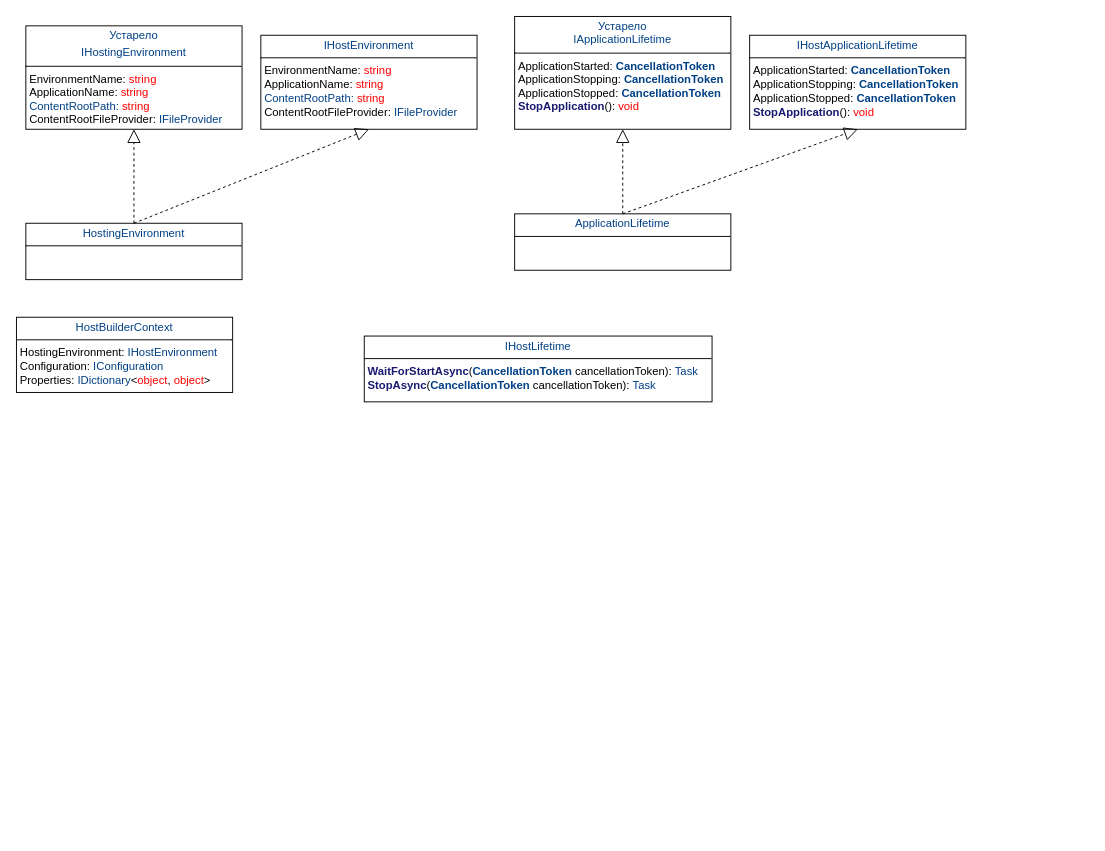
Above: Hosting/Hosting.drawio in KondyubaBA/AspNetCore-doc (draw.io), before the change. Source tidied: cells renumbered, new cells numbered last; positions are measured from the earlier drawing's top-left corner, leaving out a move shared by most shapes. Both pictures are drawn from the tidied source at 94%, with x=0, y=0 at pixel (16, 16).
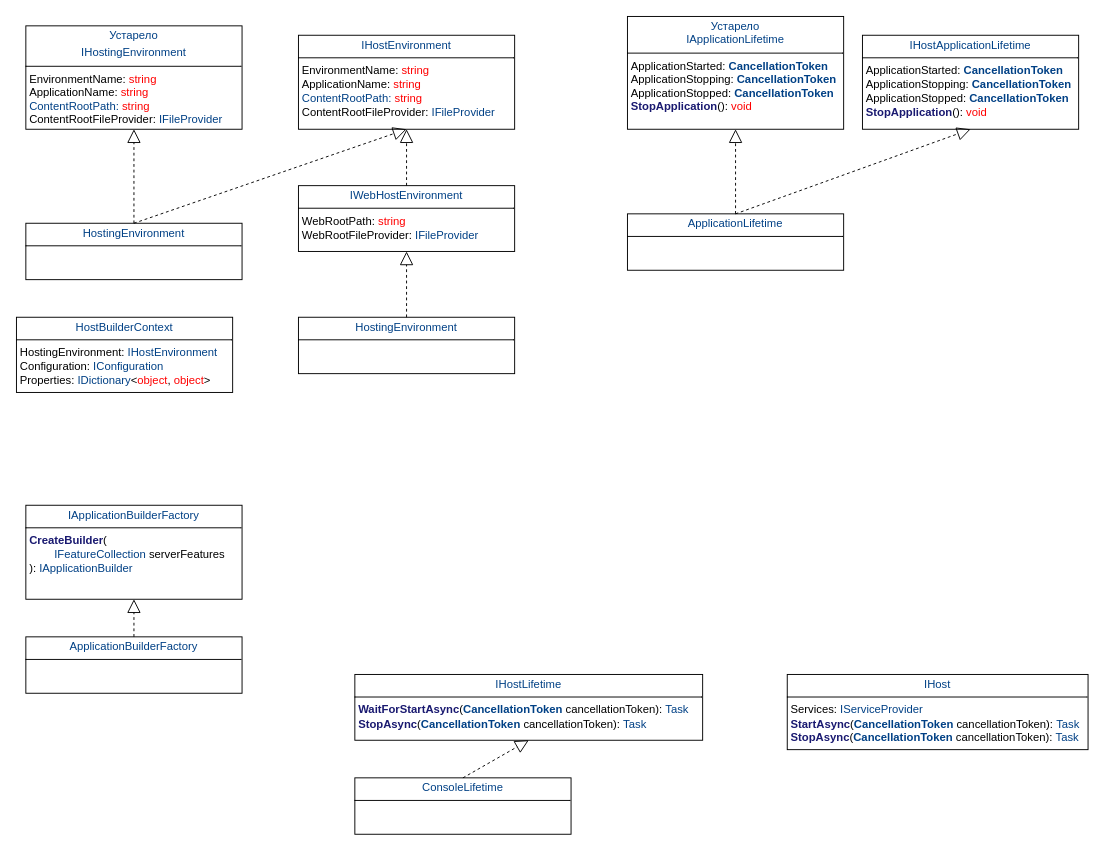
Above is the later version.

Diff of the diagram source:
```diff
@@
     <mxCell id="5" value="&lt;p style=&quot;margin:0px;margin-top:4px;text-align:center;&quot;&gt;&lt;span style=&quot;color: rgb(0, 64, 133); background-color: transparent; text-align: left;&quot;&gt;IHostEnvironment&lt;/span&gt;&lt;/p&gt;&lt;hr size=&quot;1&quot; style=&quot;border-style:solid;&quot;&gt;&lt;p style=&quot;margin:0px;margin-left:4px;&quot;&gt;&lt;span style=&quot;background-color: transparent; color: light-dark(rgb(0, 0, 0), rgb(255, 255, 255));&quot;&gt;EnvironmentName:&amp;nbsp;&lt;/span&gt;&lt;span style=&quot;color: rgb(255, 0, 0); background-color: transparent;&quot;&gt;string&lt;/span&gt;&lt;/p&gt;&lt;p style=&quot;margin:0px;margin-left:4px;&quot;&gt;ApplicationName:&amp;nbsp;&lt;span style=&quot;color: rgb(255, 0, 0); background-color: transparent;&quot;&gt;&lt;/span&gt;&lt;span style=&quot;color: rgb(255, 0, 0); background-color: transparent;&quot;&gt;string&lt;/span&gt;&lt;/p&gt;&lt;p style=&quot;margin:0px;margin-left:4px;&quot;&gt;&lt;span style=&quot;color: rgb(0, 64, 133); background-color: transparent;&quot;&gt;ContentRootPath:&amp;nbsp;&lt;/span&gt;&lt;span style=&quot;color: rgb(255, 0, 0); background-color: transparent;&quot;&gt;string&lt;/span&gt;&lt;/p&gt;&lt;p style=&quot;margin:0px;margin-left:4px;&quot;&gt;ContentRootFileProvider:&amp;nbsp;&lt;span style=&quot;color: rgb(255, 0, 0); background-color: transparent;&quot;&gt;&lt;/span&gt;&lt;span style=&quot;color: rgb(0, 64, 133); background-color: transparent;&quot;&gt;IFileProvider&lt;/span&gt;&lt;/p&gt;" style="verticalAlign=top;align=left;overflow=fill;html=1;whiteSpace=wrap;" parent="1" vertex="1">
-      <mxGeometry x="260" y="20" width="230" height="100" as="geometry" />
+      <mxGeometry x="300" y="20" width="230" height="100" as="geometry" />
     </mxCell>
@@
     <mxCell id="8" value="&lt;p style=&quot;margin:0px;margin-top:4px;text-align:center;&quot;&gt;&lt;span style=&quot;color: rgb(0, 64, 133); background-color: transparent; text-align: left;&quot;&gt;Устарело&lt;br&gt;IApplicationLifetime&lt;/span&gt;&lt;/p&gt;&lt;hr size=&quot;1&quot; style=&quot;border-style:solid;&quot;&gt;&lt;p style=&quot;margin:0px;margin-left:4px;&quot;&gt;ApplicationStarted:&amp;nbsp;&lt;span style=&quot;color: rgb(0, 64, 133); font-weight: bold; background-color: transparent;&quot;&gt;CancellationToken&lt;/span&gt;&lt;/p&gt;&lt;p style=&quot;margin:0px;margin-left:4px;&quot;&gt;ApplicationStopping:&amp;nbsp;&lt;span style=&quot;color: rgb(0, 64, 133); font-weight: bold; background-color: transparent;&quot;&gt;&lt;/span&gt;&lt;span style=&quot;color: rgb(0, 64, 133); font-weight: bold; background-color: transparent;&quot;&gt;CancellationToken&lt;/span&gt;&lt;/p&gt;&lt;p style=&quot;margin:0px;margin-left:4px;&quot;&gt;ApplicationStopped:&amp;nbsp;&lt;span style=&quot;color: rgb(0, 64, 133); font-weight: bold; background-color: transparent;&quot;&gt;&lt;/span&gt;&lt;span style=&quot;color: rgb(0, 64, 133); font-weight: bold; background-color: transparent;&quot;&gt;CancellationToken&lt;/span&gt;&lt;/p&gt;&lt;p style=&quot;margin:0px;margin-left:4px;&quot;&gt;&lt;span style=&quot;color: rgb(25, 25, 112); font-weight: bold;&quot;&gt;StopApplication&lt;/span&gt;():&amp;nbsp;&lt;span style=&quot;color: rgb(0, 64, 133); font-weight: bold; background-color: transparent;&quot;&gt;&lt;/span&gt;&lt;span style=&quot;color: rgb(255, 0, 0); background-color: transparent;&quot;&gt;void&lt;/span&gt;&lt;/p&gt;" style="verticalAlign=top;align=left;overflow=fill;html=1;whiteSpace=wrap;" parent="1" vertex="1">
-      <mxGeometry x="530" width="230" height="120" as="geometry" />
+      <mxGeometry x="650" width="230" height="120" as="geometry" />
     </mxCell>
     <mxCell id="9" value="&lt;p style=&quot;margin:0px;margin-top:4px;text-align:center;&quot;&gt;&lt;span style=&quot;color: rgb(0, 64, 133); background-color: transparent; text-align: left;&quot;&gt;IHostApplicationLifetime&lt;/span&gt;&lt;/p&gt;&lt;hr size=&quot;1&quot; style=&quot;border-style:solid;&quot;&gt;&lt;p style=&quot;margin:0px;margin-left:4px;&quot;&gt;ApplicationStarted:&amp;nbsp;&lt;span style=&quot;color: rgb(0, 64, 133); font-weight: bold; background-color: transparent;&quot;&gt;CancellationToken&lt;/span&gt;&lt;/p&gt;&lt;p style=&quot;margin:0px;margin-left:4px;&quot;&gt;ApplicationStopping:&amp;nbsp;&lt;span style=&quot;color: rgb(0, 64, 133); font-weight: bold; background-color: transparent;&quot;&gt;&lt;/span&gt;&lt;span style=&quot;color: rgb(0, 64, 133); font-weight: bold; background-color: transparent;&quot;&gt;CancellationToken&lt;/span&gt;&lt;/p&gt;&lt;p style=&quot;margin:0px;margin-left:4px;&quot;&gt;ApplicationStopped:&amp;nbsp;&lt;span style=&quot;color: rgb(0, 64, 133); font-weight: bold; background-color: transparent;&quot;&gt;&lt;/span&gt;&lt;span style=&quot;color: rgb(0, 64, 133); font-weight: bold; background-color: transparent;&quot;&gt;CancellationToken&lt;/span&gt;&lt;/p&gt;&lt;p style=&quot;margin:0px;margin-left:4px;&quot;&gt;&lt;span style=&quot;color: rgb(25, 25, 112); font-weight: bold;&quot;&gt;StopApplication&lt;/span&gt;():&amp;nbsp;&lt;span style=&quot;color: rgb(0, 64, 133); font-weight: bold; background-color: transparent;&quot;&gt;&lt;/span&gt;&lt;span style=&quot;color: rgb(255, 0, 0); background-color: transparent;&quot;&gt;void&lt;/span&gt;&lt;/p&gt;" style="verticalAlign=top;align=left;overflow=fill;html=1;whiteSpace=wrap;" parent="1" vertex="1">
-      <mxGeometry x="780" y="20" width="230" height="100" as="geometry" />
+      <mxGeometry x="900" y="20" width="230" height="100" as="geometry" />
     </mxCell>
     <mxCell id="10" value="&lt;p style=&quot;margin:0px;margin-top:4px;text-align:center;&quot;&gt;&lt;span style=&quot;color: rgb(0, 64, 133); background-color: transparent; text-align: left;&quot;&gt;ApplicationLifetime&lt;/span&gt;&lt;/p&gt;&lt;hr size=&quot;1&quot; style=&quot;border-style:solid;&quot;&gt;&lt;p style=&quot;margin:0px;margin-left:4px;&quot;&gt;&lt;br&gt;&lt;/p&gt;" style="verticalAlign=top;align=left;overflow=fill;html=1;whiteSpace=wrap;" parent="1" vertex="1">
-      <mxGeometry x="530" y="210" width="230" height="60" as="geometry" />
+      <mxGeometry x="650" y="210" width="230" height="60" as="geometry" />
     </mxCell>
@@
     <mxCell id="13" value="&lt;p style=&quot;margin:0px;margin-top:4px;text-align:center;&quot;&gt;&lt;span style=&quot;color: rgb(0, 64, 133);&quot;&gt;IHostLifetime&lt;/span&gt;&lt;/p&gt;&lt;hr size=&quot;1&quot; style=&quot;border-style:solid;&quot;&gt;&lt;p style=&quot;margin:0px;margin-left:4px;&quot;&gt;&lt;span style=&quot;color: rgb(25, 25, 112); font-weight: bold;&quot;&gt;WaitForStartAsync&lt;/span&gt;(&lt;span style=&quot;color: rgb(0, 64, 133); font-weight: bold;&quot;&gt;CancellationToken&lt;/span&gt; cancellationToken):&amp;nbsp;&lt;span style=&quot;color: rgb(0, 64, 133); background-color: transparent;&quot;&gt;Task&lt;/span&gt;&lt;/p&gt;&lt;p style=&quot;margin:0px;margin-left:4px;&quot;&gt;&lt;span style=&quot;color: rgb(25, 25, 112); font-weight: bold;&quot;&gt;StopAsync&lt;/span&gt;(&lt;span style=&quot;color: rgb(0, 64, 133); font-weight: bold;&quot;&gt;CancellationToken&lt;/span&gt; cancellationToken):&amp;nbsp;&lt;span style=&quot;color: rgb(0, 64, 133); background-color: transparent;&quot;&gt;&lt;/span&gt;&lt;span style=&quot;color: rgb(0, 64, 133); background-color: transparent;&quot;&gt;Task&lt;/span&gt;&lt;/p&gt;" style="verticalAlign=top;align=left;overflow=fill;html=1;whiteSpace=wrap;" parent="1" vertex="1">
-      <mxGeometry x="370" y="340" width="370" height="70" as="geometry" />
+      <mxGeometry x="360" y="700" width="370" height="70" as="geometry" />
     </mxCell>
+    <mxCell id="14" value="&lt;p style=&quot;margin:0px;margin-top:4px;text-align:center;&quot;&gt;&lt;span style=&quot;color: rgb(0, 64, 133);&quot;&gt;ConsoleLifetime&lt;/span&gt;&lt;/p&gt;&lt;hr size=&quot;1&quot; style=&quot;border-style:solid;&quot;&gt;&lt;p style=&quot;margin:0px;margin-left:4px;&quot;&gt;&lt;br&gt;&lt;/p&gt;" style="verticalAlign=top;align=left;overflow=fill;html=1;whiteSpace=wrap;" parent="1" vertex="1">
+      <mxGeometry x="360" y="810" width="230" height="60" as="geometry" />
+    </mxCell>
+    <mxCell id="15" style="endArrow=block;dashed=1;endFill=0;endSize=12;html=1;rounded=0;entryX=0.5;entryY=1;entryDx=0;entryDy=0;exitX=0.5;exitY=0;exitDx=0;exitDy=0;" parent="1" edge="1" source="14" target="13">
+      <mxGeometry relative="1" as="geometry" />
+    </mxCell>
+    <mxCell id="16" value="&lt;p style=&quot;margin:0px;margin-top:4px;text-align:center;&quot;&gt;&lt;span style=&quot;color: rgb(0, 64, 133);&quot;&gt;IHost&lt;/span&gt;&lt;/p&gt;&lt;hr size=&quot;1&quot; style=&quot;border-style:solid;&quot;&gt;&lt;p style=&quot;margin:0px;margin-left:4px;&quot;&gt;Services:&amp;nbsp;&lt;span style=&quot;color: rgb(0, 64, 133); background-color: transparent;&quot;&gt;IServiceProvider&lt;/span&gt;&lt;/p&gt;&lt;p style=&quot;margin:0px;margin-left:4px;&quot;&gt;&lt;span style=&quot;color: rgb(25, 25, 112); font-weight: bold;&quot;&gt;StartAsync&lt;/span&gt;(&lt;span style=&quot;color: rgb(0, 64, 133); font-weight: bold;&quot;&gt;CancellationToken&lt;/span&gt; cancellationToken):&amp;nbsp;&lt;span style=&quot;color: rgb(0, 64, 133); background-color: transparent;&quot;&gt;&lt;/span&gt;&lt;span style=&quot;color: rgb(0, 64, 133); background-color: transparent;&quot;&gt;Task&lt;/span&gt;&lt;/p&gt;&lt;p style=&quot;margin:0px;margin-left:4px;&quot;&gt;&lt;span style=&quot;color: rgb(25, 25, 112); font-weight: bold;&quot;&gt;StopAsync&lt;/span&gt;(&lt;span style=&quot;color: rgb(0, 64, 133); font-weight: bold;&quot;&gt;CancellationToken&lt;/span&gt; cancellationToken):&amp;nbsp;&lt;span style=&quot;color: rgb(0, 64, 133); background-color: transparent;&quot;&gt;&lt;/span&gt;&lt;span style=&quot;color: rgb(0, 64, 133); background-color: transparent;&quot;&gt;Task&lt;/span&gt;&lt;/p&gt;" style="verticalAlign=top;align=left;overflow=fill;html=1;whiteSpace=wrap;" parent="1" vertex="1">
+      <mxGeometry x="820" y="700" width="320" height="80" as="geometry" />
+    </mxCell>
+    <mxCell id="17" value="&lt;p style=&quot;margin:0px;margin-top:4px;text-align:center;&quot;&gt;&lt;span style=&quot;color: rgb(0, 64, 133); background-color: transparent; text-align: left;&quot;&gt;IWebHostEnvironment&lt;/span&gt;&lt;/p&gt;&lt;hr size=&quot;1&quot; style=&quot;border-style:solid;&quot;&gt;&lt;p style=&quot;margin:0px;margin-left:4px;&quot;&gt;&lt;span style=&quot;background-color: transparent; color: light-dark(rgb(0, 0, 0), rgb(255, 255, 255));&quot;&gt;WebRootPath&lt;/span&gt;&lt;span style=&quot;background-color: transparent; color: light-dark(rgb(0, 0, 0), rgb(255, 255, 255));&quot;&gt;:&amp;nbsp;&lt;/span&gt;&lt;span style=&quot;color: rgb(255, 0, 0); background-color: transparent;&quot;&gt;string&lt;/span&gt;&lt;/p&gt;&lt;p style=&quot;margin:0px;margin-left:4px;&quot;&gt;&lt;span style=&quot;background-color: transparent; color: light-dark(rgb(0, 0, 0), rgb(255, 255, 255));&quot;&gt;WebRootFileProvider&lt;/span&gt;:&amp;nbsp;&lt;span style=&quot;color: rgb(0, 64, 133); background-color: transparent;&quot;&gt;IFileProvider&lt;/span&gt;&lt;/p&gt;" style="verticalAlign=top;align=left;overflow=fill;html=1;whiteSpace=wrap;" parent="1" vertex="1">
+      <mxGeometry x="300" y="180" width="230" height="70" as="geometry" />
+    </mxCell>
+    <mxCell id="18" style="endArrow=block;dashed=1;endFill=0;endSize=12;html=1;rounded=0;entryX=0.5;entryY=1;entryDx=0;entryDy=0;exitX=0.5;exitY=0;exitDx=0;exitDy=0;" parent="1" edge="1" source="17" target="5">
+      <mxGeometry relative="1" as="geometry" />
+    </mxCell>
+    <mxCell id="19" value="&lt;p style=&quot;margin:0px;margin-top:4px;text-align:center;&quot;&gt;&lt;span style=&quot;color: rgb(0, 64, 133); background-color: transparent; text-align: left;&quot;&gt;HostingEnvironment&lt;/span&gt;&lt;/p&gt;&lt;hr size=&quot;1&quot; style=&quot;border-style:solid;&quot;&gt;&lt;p style=&quot;margin:0px;margin-left:4px;&quot;&gt;&lt;br&gt;&lt;/p&gt;" style="verticalAlign=top;align=left;overflow=fill;html=1;whiteSpace=wrap;" parent="1" vertex="1">
+      <mxGeometry x="300" y="320" width="230" height="60" as="geometry" />
+    </mxCell>
+    <mxCell id="20" style="endArrow=block;dashed=1;endFill=0;endSize=12;html=1;rounded=0;entryX=0.5;entryY=1;entryDx=0;entryDy=0;" parent="1" edge="1" source="19" target="17">
+      <mxGeometry relative="1" as="geometry" />
+    </mxCell>
+    <mxCell id="21" value="&lt;p style=&quot;margin:0px;margin-top:4px;text-align:center;&quot;&gt;&lt;span style=&quot;color: rgb(0, 64, 133);&quot;&gt;IApplicationBuilderFactory&lt;/span&gt;&lt;/p&gt;&lt;hr size=&quot;1&quot; style=&quot;border-style:solid;&quot;&gt;&lt;p style=&quot;margin:0px;margin-left:4px;&quot;&gt;&lt;span style=&quot;color: rgb(25, 25, 112); font-weight: bold;&quot;&gt;CreateBuilder&lt;/span&gt;(&lt;/p&gt;&lt;p style=&quot;margin:0px;margin-left:4px;&quot;&gt;&lt;span style=&quot;color: rgb(0, 64, 133);&quot;&gt;&lt;span style=&quot;white-space: pre;&quot;&gt;&#9;&lt;/span&gt;IFeatureCollection&lt;/span&gt; serverFeatures&lt;/p&gt;&lt;p style=&quot;margin:0px;margin-left:4px;&quot;&gt;):&amp;nbsp;&lt;span style=&quot;color: rgb(0, 64, 133); background-color: transparent;&quot;&gt;IApplicationBuilder&lt;/span&gt;&lt;/p&gt;" style="verticalAlign=top;align=left;overflow=fill;html=1;whiteSpace=wrap;" parent="1" vertex="1">
+      <mxGeometry x="10" y="520" width="230" height="100" as="geometry" />
+    </mxCell>
+    <mxCell id="22" value="&lt;p style=&quot;margin:0px;margin-top:4px;text-align:center;&quot;&gt;&lt;span style=&quot;color: rgb(0, 64, 133);&quot;&gt;ApplicationBuilderFactory&lt;/span&gt;&lt;/p&gt;&lt;hr size=&quot;1&quot; style=&quot;border-style:solid;&quot;&gt;&lt;p style=&quot;margin:0px;margin-left:4px;&quot;&gt;&lt;br&gt;&lt;/p&gt;" style="verticalAlign=top;align=left;overflow=fill;html=1;whiteSpace=wrap;" parent="1" vertex="1">
+      <mxGeometry x="10" y="660" width="230" height="60" as="geometry" />
+    </mxCell>
+    <mxCell id="23" style="endArrow=block;dashed=1;endFill=0;endSize=12;html=1;rounded=0;entryX=0.5;entryY=1;entryDx=0;entryDy=0;exitX=0.5;exitY=0;exitDx=0;exitDy=0;" parent="1" edge="1" source="22" target="21">
+      <mxGeometry relative="1" as="geometry" />
+    </mxCell>
```
